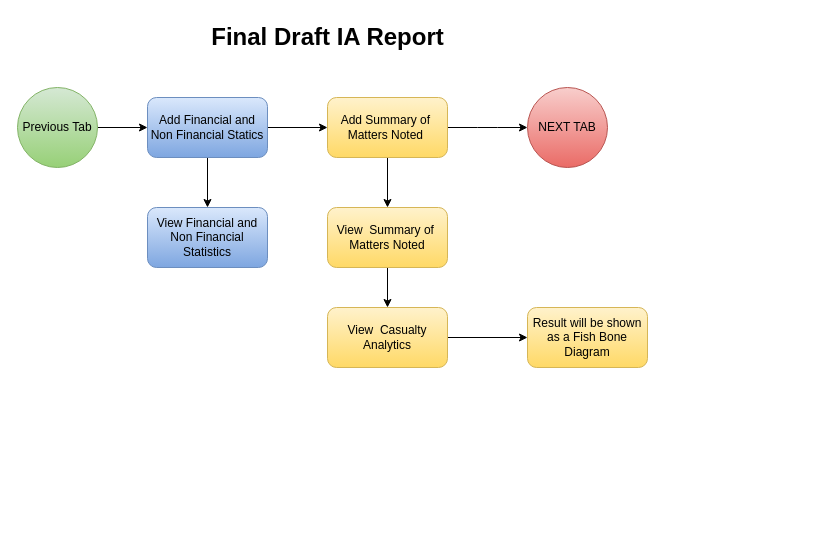
Before: page "Final Draft IA Report" (26 of 31) of ERM & IA DFD.drawio in AvikM1996/draw.io, a draw.io diagram. Source tidied: cells renumbered, new cells numbered last; positions are measured from the earlier drawing's top-left corner, leaving out a move shared by most shapes. Both pictures are drawn from the tidied source at 100%, with x=0, y=0 at pixel (17, 17).
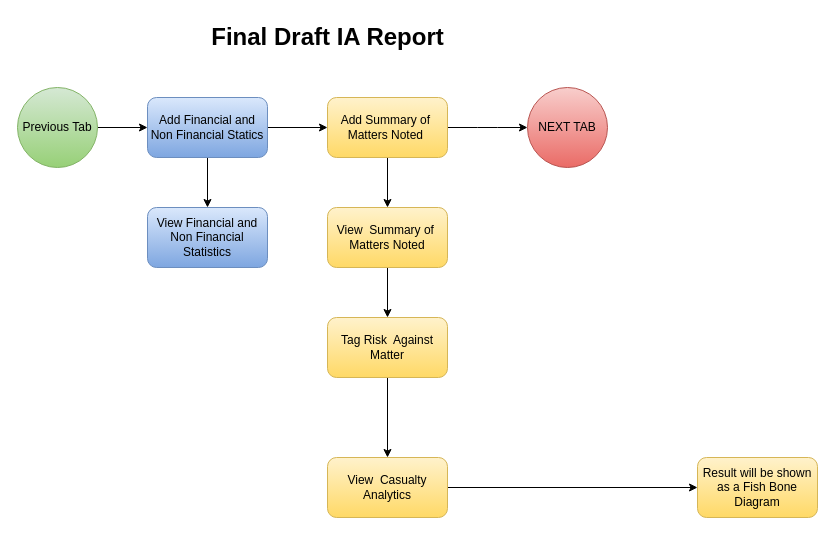
The same page after the edit.

The change refers to these unchanged cells:
```xml
<mxCell id="12" value="&lt;div&gt;View&amp;nbsp;&amp;nbsp;&lt;span style=&quot;background-color: initial;&quot;&gt;Summary of&amp;nbsp; Matters Noted&lt;/span&gt;&lt;/div&gt;" style="rounded=1;whiteSpace=wrap;html=1;fillColor=#fff2cc;gradientColor=#ffd966;strokeColor=#d6b656;" parent="1" vertex="1">
  <mxGeometry x="310" y="190" width="120" height="60" as="geometry" />
</mxCell>
```

What changed in the source:
```diff
@@
-    <mxCell id="11" style="edgeStyle=orthogonalEdgeStyle;rounded=1;jettySize=auto;html=1;exitX=0.5;exitY=1;exitDx=0;exitDy=0;entryX=0.5;entryY=0;entryDx=0;entryDy=0;" parent="1" edge="1" source="12" target="14">
-      <mxGeometry relative="1" as="geometry" />
-    </mxCell>
+    <mxCell id="18" style="edgeStyle=orthogonalEdgeStyle;rounded=1;jettySize=auto;html=1;entryX=0.5;entryY=0;entryDx=0;entryDy=0;" parent="1" edge="1" source="12" target="20">
+      <mxGeometry relative="1" as="geometry" />
+    </mxCell>
@@
     <mxCell id="14" value="&lt;div&gt;View&amp;nbsp; Casualty Analytics&lt;/div&gt;" style="rounded=1;whiteSpace=wrap;html=1;fillColor=#fff2cc;gradientColor=#ffd966;strokeColor=#d6b656;" parent="1" vertex="1">
-      <mxGeometry x="310" y="290" width="120" height="60" as="geometry" />
+      <mxGeometry x="310" y="440" width="120" height="60" as="geometry" />
     </mxCell>
@@
     <mxCell id="17" value="&lt;div&gt;Result will be shown as a Fish Bone Diagram&lt;/div&gt;" style="rounded=1;whiteSpace=wrap;html=1;fillColor=#fff2cc;gradientColor=#ffd966;strokeColor=#d6b656;" parent="1" vertex="1">
-      <mxGeometry x="510" y="290" width="120" height="60" as="geometry" />
+      <mxGeometry x="680" y="440" width="120" height="60" as="geometry" />
     </mxCell>
+    <mxCell id="19" style="edgeStyle=orthogonalEdgeStyle;rounded=1;jettySize=auto;html=1;entryX=0.5;entryY=0;entryDx=0;entryDy=0;" parent="1" edge="1" source="20" target="14">
+      <mxGeometry relative="1" as="geometry" />
+    </mxCell>
+    <mxCell id="20" value="Tag Risk&amp;nbsp; Against Matter" style="rounded=1;whiteSpace=wrap;html=1;fillColor=#fff2cc;gradientColor=#ffd966;strokeColor=#d6b656;" parent="1" vertex="1">
+      <mxGeometry x="310" y="300" width="120" height="60" as="geometry" />
+    </mxCell>
```
